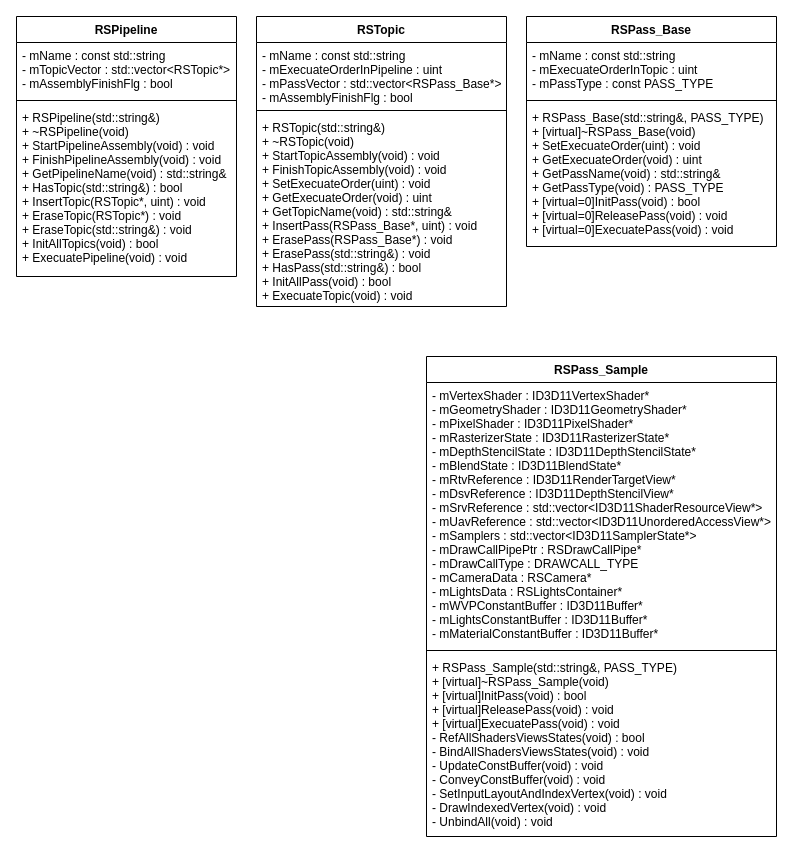
HIBICUS-CAI/PreWorkRenderEngine keeps this draw.io diagram as page "Pipeline" (5 of 5) of Render.drawio. Above is the earlier version. Source tidied: cells renumbered, new cells numbered last; positions are measured from the earlier drawing's top-left corner, leaving out a move shared by most shapes. Both pictures are drawn from the tidied source at 100%, with x=0, y=0 at pixel (16, 16).
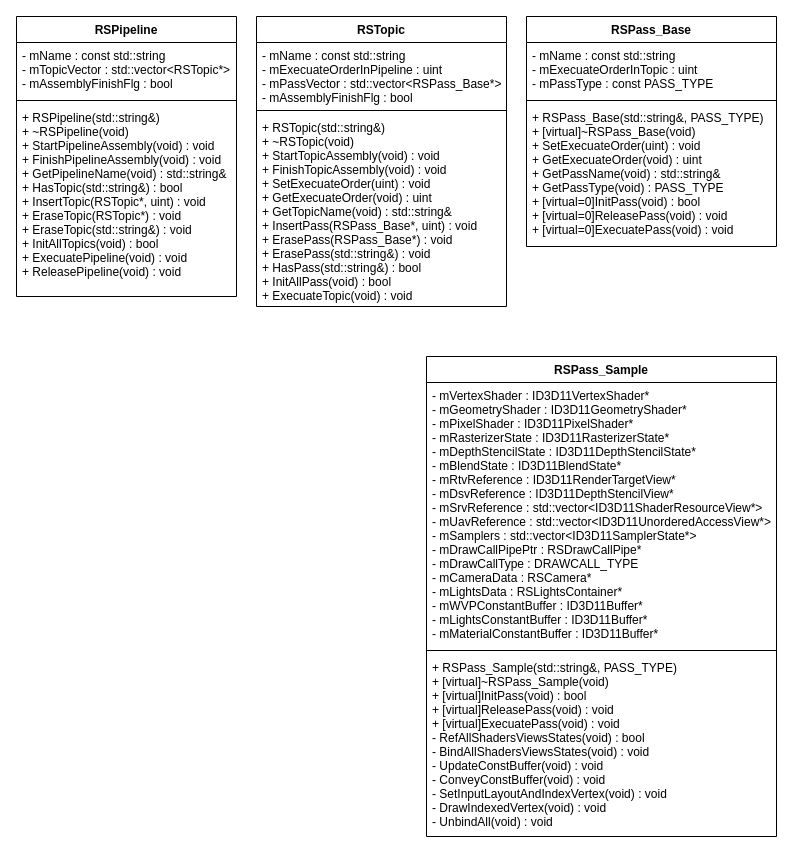
The same diagram, later.

Diff of the diagram source:
```diff
@@
 <mxGraphModel>
   <root>
     <mxCell id="0" />
     <mxCell id="1" parent="0" />
     <mxCell id="2" value="RSPipeline" style="swimlane;fontStyle=1;align=center;verticalAlign=top;horizontal=1;startSize=26;" parent="1" vertex="1">
-      <mxGeometry width="220" height="260" as="geometry" />
+      <mxGeometry width="220" height="280" as="geometry" />
     </mxCell>
     <mxCell id="3" value="- mName : const std::string&#10;- mTopicVector : std::vector&lt;RSTopic*&gt;&#10;- mAssemblyFinishFlg : bool" style="text;strokeColor=none;fillColor=none;align=left;verticalAlign=top;spacingLeft=4;spacingRight=4;overflow=hidden;" parent="2" vertex="1">
       <mxGeometry y="26" width="220" height="54" as="geometry" />
     </mxCell>
     <mxCell id="4" style="line;strokeWidth=1;fillColor=none;align=left;verticalAlign=middle;spacingTop=-1;spacingLeft=3;spacingRight=3;labelPosition=right;" parent="2" vertex="1">
       <mxGeometry y="80" width="220" height="8" as="geometry" />
     </mxCell>
-    <mxCell id="5" value="+ RSPipeline(std::string&amp;)&#10;+ ~RSPipeline(void)&#10;+ StartPipelineAssembly(void) : void&#10;+ FinishPipelineAssembly(void) : void&#10;+ GetPipelineName(void) : std::string&amp;&#10;+ HasTopic(std::string&amp;) : bool&#10;+ InsertTopic(RSTopic*, uint) : void&#10;+ EraseTopic(RSTopic*) : void&#10;+ EraseTopic(std::string&amp;) : void&#10;+ InitAllTopics(void) : bool&#10;+ ExecuatePipeline(void) : void" style="text;strokeColor=none;fillColor=none;align=left;verticalAlign=top;spacingLeft=4;spacingRight=4;overflow=hidden;" parent="2" vertex="1">
-      <mxGeometry y="88" width="220" height="172" as="geometry" />
+    <mxCell id="5" value="+ RSPipeline(std::string&amp;)&#10;+ ~RSPipeline(void)&#10;+ StartPipelineAssembly(void) : void&#10;+ FinishPipelineAssembly(void) : void&#10;+ GetPipelineName(void) : std::string&amp;&#10;+ HasTopic(std::string&amp;) : bool&#10;+ InsertTopic(RSTopic*, uint) : void&#10;+ EraseTopic(RSTopic*) : void&#10;+ EraseTopic(std::string&amp;) : void&#10;+ InitAllTopics(void) : bool&#10;+ ExecuatePipeline(void) : void&#10;+ ReleasePipeline(void) : void" style="text;strokeColor=none;fillColor=none;align=left;verticalAlign=top;spacingLeft=4;spacingRight=4;overflow=hidden;" parent="2" vertex="1">
+      <mxGeometry y="88" width="220" height="192" as="geometry" />
     </mxCell>
     <mxCell id="6" value="RSTopic" style="swimlane;fontStyle=1;align=center;verticalAlign=top;horizontal=1;startSize=26;" parent="1" vertex="1">
       <mxGeometry x="240" width="250" height="290" as="geometry" />
     </mxCell>
     <mxCell id="7" value="- mName : const std::string&#10;- mExecuateOrderInPipeline : uint&#10;- mPassVector : std::vector&lt;RSPass_Base*&gt;&#10;- mAssemblyFinishFlg : bool" style="text;strokeColor=none;fillColor=none;align=left;verticalAlign=top;spacingLeft=4;spacingRight=4;overflow=hidden;" parent="6" vertex="1">
       <mxGeometry y="26" width="250" height="64" as="geometry" />
     </mxCell>
     <mxCell id="8" style="line;strokeWidth=1;fillColor=none;align=left;verticalAlign=middle;spacingTop=-1;spacingLeft=3;spacingRight=3;labelPosition=right;" parent="6" vertex="1">
       <mxGeometry y="90" width="250" height="8" as="geometry" />
     </mxCell>
     <mxCell id="9" value="+ RSTopic(std::string&amp;)&#10;+ ~RSTopic(void)&#10;+ StartTopicAssembly(void) : void&#10;+ FinishTopicAssembly(void) : void&#10;+ SetExecuateOrder(uint) : void&#10;+ GetExecuateOrder(void) : uint&#10;+ GetTopicName(void) : std::string&amp;&#10;+ InsertPass(RSPass_Base*, uint) : void&#10;+ ErasePass(RSPass_Base*) : void&#10;+ ErasePass(std::string&amp;) : void&#10;+ HasPass(std::string&amp;) : bool&#10;+ InitAllPass(void) : bool&#10;+ ExecuateTopic(void) : void" style="text;strokeColor=none;fillColor=none;align=left;verticalAlign=top;spacingLeft=4;spacingRight=4;overflow=hidden;" parent="6" vertex="1">
       <mxGeometry y="98" width="250" height="192" as="geometry" />
     </mxCell>
     <mxCell id="10" value="RSPass_Base" style="swimlane;fontStyle=1;align=center;verticalAlign=top;horizontal=1;startSize=26;" parent="1" vertex="1">
       <mxGeometry x="510" width="250" height="230" as="geometry" />
     </mxCell>
     <mxCell id="11" value="- mName : const std::string&#10;- mExecuateOrderInTopic : uint&#10;- mPassType : const PASS_TYPE" style="text;strokeColor=none;fillColor=none;align=left;verticalAlign=top;spacingLeft=4;spacingRight=4;overflow=hidden;" parent="10" vertex="1">
       <mxGeometry y="26" width="250" height="54" as="geometry" />
     </mxCell>
     <mxCell id="12" style="line;strokeWidth=1;fillColor=none;align=left;verticalAlign=middle;spacingTop=-1;spacingLeft=3;spacingRight=3;labelPosition=right;" parent="10" vertex="1">
       <mxGeometry y="80" width="250" height="8" as="geometry" />
     </mxCell>
     <mxCell id="13" value="+ RSPass_Base(std::string&amp;, PASS_TYPE)&#10;+ [virtual]~RSPass_Base(void)&#10;+ SetExecuateOrder(uint) : void&#10;+ GetExecuateOrder(void) : uint&#10;+ GetPassName(void) : std::string&amp;&#10;+ GetPassType(void) : PASS_TYPE&#10;+ [virtual=0]InitPass(void) : bool&#10;+ [virtual=0]ReleasePass(void) : void&#10;+ [virtual=0]ExecuatePass(void) : void" style="text;strokeColor=none;fillColor=none;align=left;verticalAlign=top;spacingLeft=4;spacingRight=4;overflow=hidden;" parent="10" vertex="1">
       <mxGeometry y="88" width="250" height="142" as="geometry" />
     </mxCell>
     <mxCell id="14" value="RSPass_Sample" style="swimlane;fontStyle=1;align=center;verticalAlign=top;horizontal=1;startSize=26;" parent="1" vertex="1">
       <mxGeometry x="410" y="340" width="350" height="480" as="geometry" />
     </mxCell>
     <mxCell id="15" value="- mVertexShader : ID3D11VertexShader*&#10;- mGeometryShader : ID3D11GeometryShader*&#10;- mPixelShader : ID3D11PixelShader*&#10;- mRasterizerState : ID3D11RasterizerState*&#10;- mDepthStencilState : ID3D11DepthStencilState*&#10;- mBlendState : ID3D11BlendState*&#10;- mRtvReference : ID3D11RenderTargetView*&#10;- mDsvReference : ID3D11DepthStencilView*&#10;- mSrvReference : std::vector&lt;ID3D11ShaderResourceView*&gt;&#10;- mUavReference : std::vector&lt;ID3D11UnorderedAccessView*&gt;&#10;- mSamplers : std::vector&lt;ID3D11SamplerState*&gt;&#10;- mDrawCallPipePtr : RSDrawCallPipe*&#10;- mDrawCallType : DRAWCALL_TYPE&#10;- mCameraData : RSCamera*&#10;- mLightsData : RSLightsContainer*&#10;- mWVPConstantBuffer : ID3D11Buffer*&#10;- mLightsConstantBuffer : ID3D11Buffer*&#10;- mMaterialConstantBuffer : ID3D11Buffer*" style="text;strokeColor=none;fillColor=none;align=left;verticalAlign=top;spacingLeft=4;spacingRight=4;overflow=hidden;" parent="14" vertex="1">
       <mxGeometry y="26" width="350" height="264" as="geometry" />
     </mxCell>
     <mxCell id="16" style="line;strokeWidth=1;fillColor=none;align=left;verticalAlign=middle;spacingTop=-1;spacingLeft=3;spacingRight=3;labelPosition=right;" parent="14" vertex="1">
       <mxGeometry y="290" width="350" height="8" as="geometry" />
     </mxCell>
     <mxCell id="17" value="+ RSPass_Sample(std::string&amp;, PASS_TYPE)&#10;+ [virtual]~RSPass_Sample(void)&#10;+ [virtual]InitPass(void) : bool&#10;+ [virtual]ReleasePass(void) : void&#10;+ [virtual]ExecuatePass(void) : void&#10;- RefAllShadersViewsStates(void) : bool&#10;- BindAllShadersViewsStates(void) : void&#10;- UpdateConstBuffer(void) : void&#10;- ConveyConstBuffer(void) : void&#10;- SetInputLayoutAndIndexVertex(void) : void&#10;- DrawIndexedVertex(void) : void&#10;- UnbindAll(void) : void" style="text;strokeColor=none;fillColor=none;align=left;verticalAlign=top;spacingLeft=4;spacingRight=4;overflow=hidden;" parent="14" vertex="1">
       <mxGeometry y="298" width="350" height="182" as="geometry" />
     </mxCell>
   </root>
 </mxGraphModel>
```
